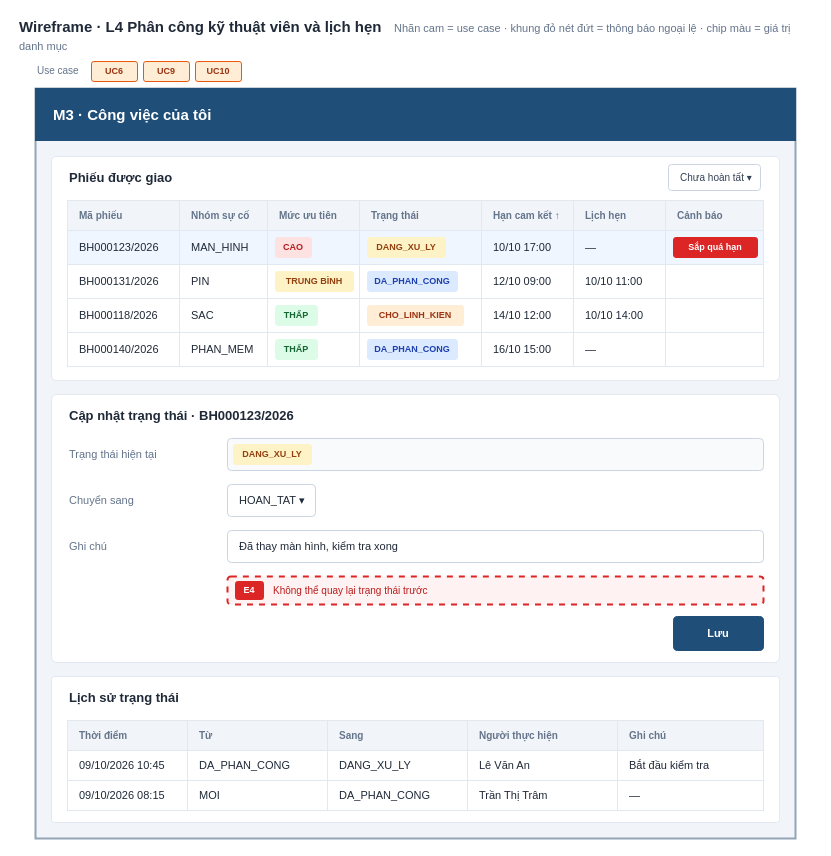
long191105/smartcrm-2374802010281-phan_cong_ky_thuat_vien keeps this draw.io diagram as page "Wireframe-M3" (2 of 3) of docs/wireframe.drawio. Above is the earlier version. Source tidied: cells renumbered, new cells numbered last; positions are measured from the earlier drawing's top-left corner, leaving out a move shared by most shapes. Both pictures are drawn from the tidied source at 100%, with x=0, y=0 at pixel (17, 20).
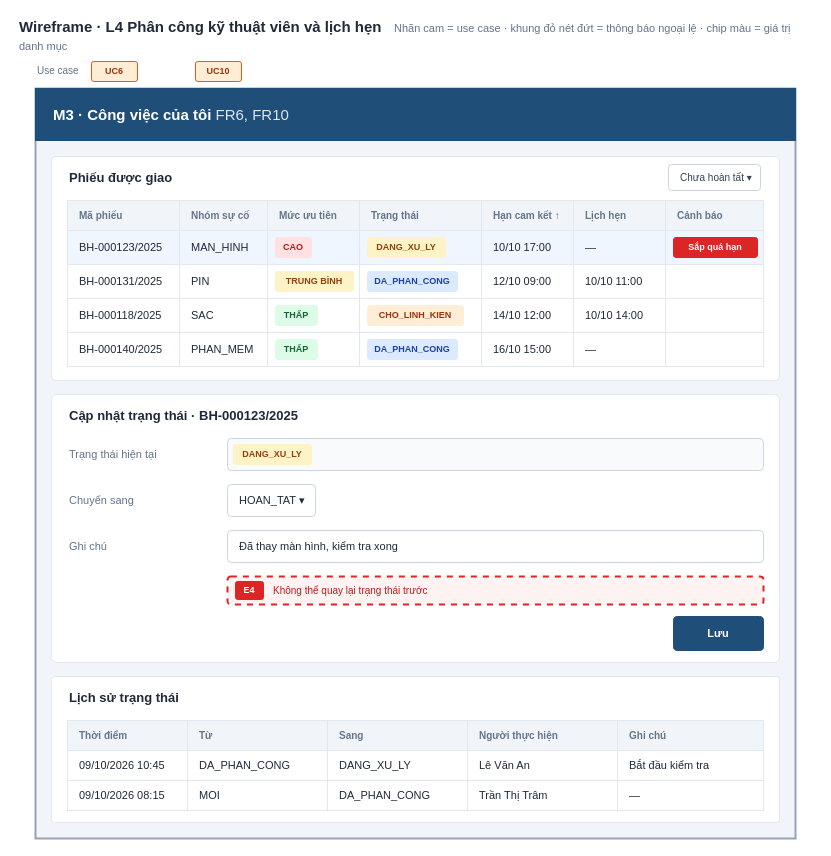
The same diagram, later.

Change to the diagram source:
```diff
@@
-    <mxCell id="5" value="UC9" style="rounded=1;arcSize=12;whiteSpace=wrap;html=1;fillColor=#FFEDD5;strokeColor=#EA580C;fontSize=9;fontColor=#9A3412;align=center;spacingLeft=0;verticalAlign=middle;fontStyle=1;" parent="1" vertex="1">
-      <mxGeometry x="126" y="41" width="46" height="20" as="geometry" />
-    </mxCell>
@@
-    <mxCell id="8" value="&lt;b&gt;M3 · Công việc của tôi&lt;/b&gt;" style="rounded=0;whiteSpace=wrap;html=1;fillColor=#1F4E79;strokeColor=#1F4E79;fontColor=#FFFFFF;align=left;spacingLeft=16;fontSize=15;" parent="1" vertex="1">
+    <mxCell id="8" value="&lt;b&gt;M3 · Công việc của tôi&lt;/b&gt; &lt;font color=&quot;#DCE6F1&quot;&gt;FR6, FR10&lt;/font&gt;" style="rounded=0;whiteSpace=wrap;html=1;fillColor=#1F4E79;strokeColor=#1F4E79;fontColor=#FFFFFF;align=left;spacingLeft=16;fontSize=15;" parent="1" vertex="1">
       <mxGeometry x="18" y="68" width="760" height="52" as="geometry" />
     </mxCell>
@@
-    <mxCell id="19" value="BH000123/2026" style="rounded=0;whiteSpace=wrap;html=1;fillColor=#EFF6FF;strokeColor=#E2E8F0;fontSize=11;fontColor=#1F2937;align=left;spacingLeft=10;verticalAlign=middle;" parent="1" vertex="1">
+    <mxCell id="19" value="BH-000123/2025" style="rounded=0;whiteSpace=wrap;html=1;fillColor=#EFF6FF;strokeColor=#E2E8F0;fontSize=11;fontColor=#1F2937;align=left;spacingLeft=10;verticalAlign=middle;" parent="1" vertex="1">
       <mxGeometry x="50" y="210" width="112" height="34" as="geometry" />
     </mxCell>
@@
-    <mxCell id="29" value="BH000131/2026" style="rounded=0;whiteSpace=wrap;html=1;fillColor=#FFFFFF;strokeColor=#E2E8F0;fontSize=11;fontColor=#1F2937;align=left;spacingLeft=10;verticalAlign=middle;" parent="1" vertex="1">
+    <mxCell id="29" value="BH-000131/2025" style="rounded=0;whiteSpace=wrap;html=1;fillColor=#FFFFFF;strokeColor=#E2E8F0;fontSize=11;fontColor=#1F2937;align=left;spacingLeft=10;verticalAlign=middle;" parent="1" vertex="1">
       <mxGeometry x="50" y="244" width="112" height="34" as="geometry" />
     </mxCell>
@@
-    <mxCell id="38" value="BH000118/2026" style="rounded=0;whiteSpace=wrap;html=1;fillColor=#FFFFFF;strokeColor=#E2E8F0;fontSize=11;fontColor=#1F2937;align=left;spacingLeft=10;verticalAlign=middle;" parent="1" vertex="1">
+    <mxCell id="38" value="BH-000118/2025" style="rounded=0;whiteSpace=wrap;html=1;fillColor=#FFFFFF;strokeColor=#E2E8F0;fontSize=11;fontColor=#1F2937;align=left;spacingLeft=10;verticalAlign=middle;" parent="1" vertex="1">
       <mxGeometry x="50" y="278" width="112" height="34" as="geometry" />
     </mxCell>
@@
-    <mxCell id="47" value="BH000140/2026" style="rounded=0;whiteSpace=wrap;html=1;fillColor=#FFFFFF;strokeColor=#E2E8F0;fontSize=11;fontColor=#1F2937;align=left;spacingLeft=10;verticalAlign=middle;" parent="1" vertex="1">
+    <mxCell id="47" value="BH-000140/2025" style="rounded=0;whiteSpace=wrap;html=1;fillColor=#FFFFFF;strokeColor=#E2E8F0;fontSize=11;fontColor=#1F2937;align=left;spacingLeft=10;verticalAlign=middle;" parent="1" vertex="1">
       <mxGeometry x="50" y="312" width="112" height="34" as="geometry" />
     </mxCell>
@@
-    <mxCell id="57" value="Cập nhật trạng thái · BH000123/2026" style="text;html=1;whiteSpace=wrap;align=left;verticalAlign=middle;fontSize=13;fontColor=#1F2937;fontStyle=1;" parent="1" vertex="1">
+    <mxCell id="57" value="Cập nhật trạng thái · BH-000123/2025" style="text;html=1;whiteSpace=wrap;align=left;verticalAlign=middle;fontSize=13;fontColor=#1F2937;fontStyle=1;" parent="1" vertex="1">
       <mxGeometry x="50" y="382" width="528" height="26" as="geometry" />
     </mxCell>
```
